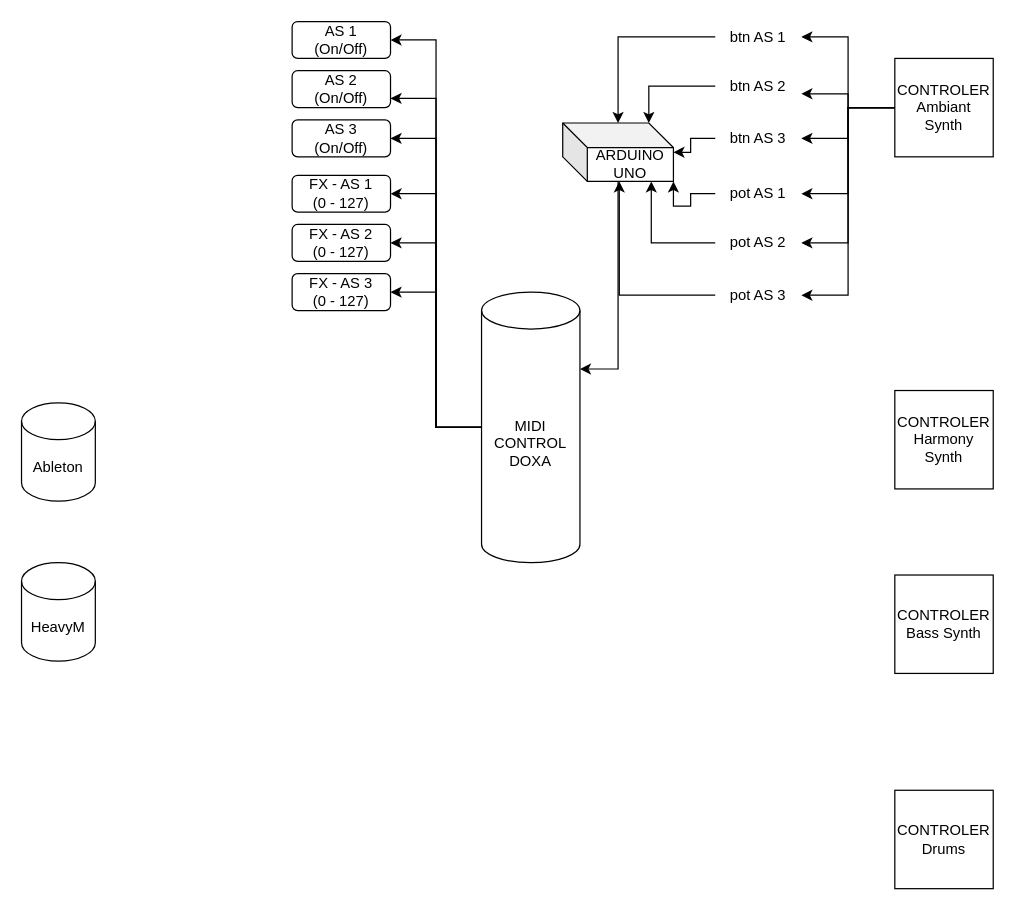
Earlier version of the draw.io diagram controlers_diagram.drawio (LeonardHehlen/HeavyM_project). Source tidied: cells renumbered, new cells numbered last; positions are measured from the earlier drawing's top-left corner, leaving out a move shared by most shapes. Both pictures are drawn from the tidied source at 123%, with x=0, y=0 at pixel (21, 21).
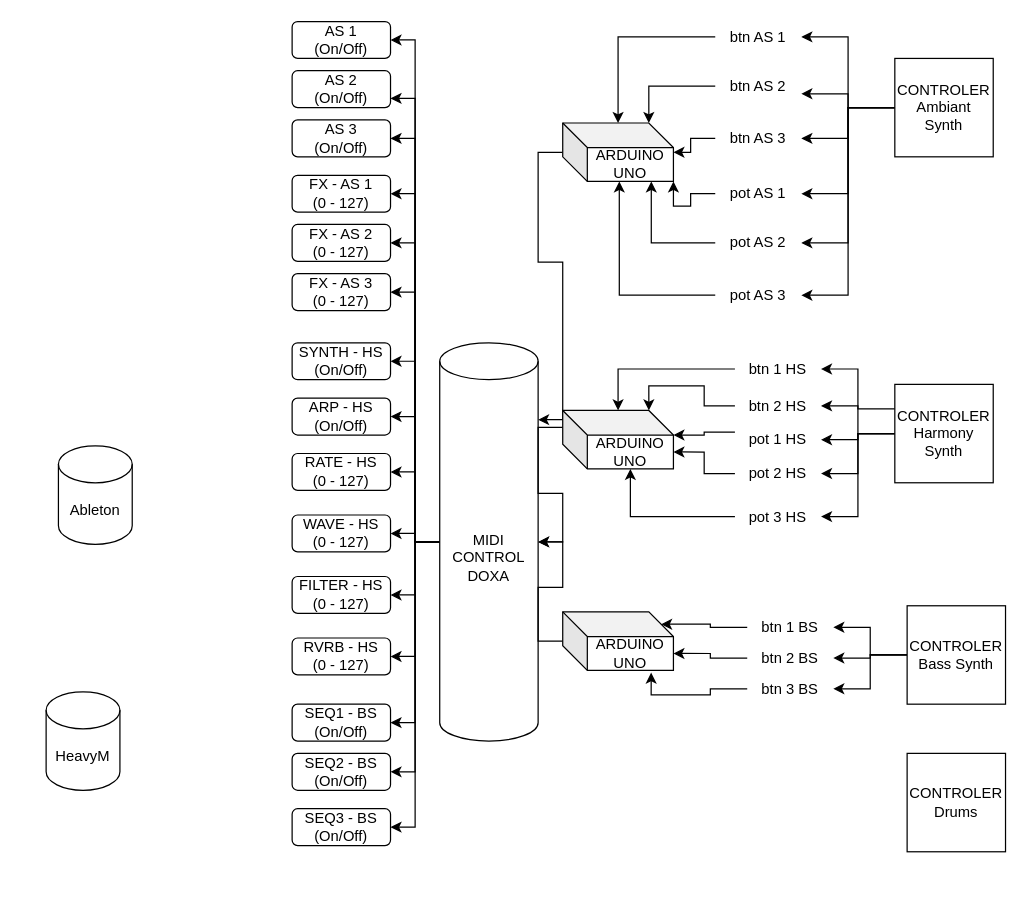
Above is the later version.

The edit, as a diff of the source:
```diff
@@
+    <mxCell id="41" style="edgeStyle=orthogonalEdgeStyle;rounded=0;jettySize=auto;html=1;entryX=1;entryY=0.5;entryDx=0;entryDy=0;" parent="1" edge="1" source="2" target="77">
+      <mxGeometry relative="1" as="geometry" />
+    </mxCell>
+    <mxCell id="42" style="edgeStyle=orthogonalEdgeStyle;rounded=0;jettySize=auto;html=1;entryX=1;entryY=0.5;entryDx=0;entryDy=0;" parent="1" edge="1" source="2" target="79">
+      <mxGeometry relative="1" as="geometry" />
+    </mxCell>
+    <mxCell id="43" style="edgeStyle=orthogonalEdgeStyle;rounded=0;jettySize=auto;html=1;entryX=1;entryY=0.5;entryDx=0;entryDy=0;" parent="1" edge="1" source="2" target="81">
+      <mxGeometry relative="1" as="geometry" />
+    </mxCell>
     <mxCell id="2" value="&lt;div&gt;CONTROLER&lt;/div&gt;&lt;div&gt;Bass Synth&lt;/div&gt;" style="whiteSpace=wrap;html=1;" parent="1" vertex="1">
-      <mxGeometry x="710" y="450" width="80" height="80" as="geometry" />
+      <mxGeometry x="720" y="475" width="80" height="80" as="geometry" />
     </mxCell>
+    <mxCell id="44" style="edgeStyle=orthogonalEdgeStyle;rounded=0;jettySize=auto;html=1;exitX=0;exitY=0.25;exitDx=0;exitDy=0;entryX=1;entryY=0.5;entryDx=0;entryDy=0;" parent="1" edge="1" source="3" target="59">
+      <mxGeometry relative="1" as="geometry" />
+    </mxCell>
+    <mxCell id="45" style="edgeStyle=orthogonalEdgeStyle;rounded=0;jettySize=auto;html=1;entryX=1;entryY=0.5;entryDx=0;entryDy=0;" parent="1" edge="1" source="3" target="61">
+      <mxGeometry relative="1" as="geometry" />
+    </mxCell>
+    <mxCell id="46" style="edgeStyle=orthogonalEdgeStyle;rounded=0;jettySize=auto;html=1;" parent="1" edge="1" source="3" target="63">
+      <mxGeometry relative="1" as="geometry" />
+    </mxCell>
+    <mxCell id="47" style="edgeStyle=orthogonalEdgeStyle;rounded=0;jettySize=auto;html=1;" parent="1" edge="1" source="3" target="65">
+      <mxGeometry relative="1" as="geometry" />
+    </mxCell>
+    <mxCell id="48" style="edgeStyle=orthogonalEdgeStyle;rounded=0;jettySize=auto;html=1;entryX=1;entryY=0.5;entryDx=0;entryDy=0;" parent="1" edge="1" source="3" target="67">
+      <mxGeometry relative="1" as="geometry" />
+    </mxCell>
     <mxCell id="3" value="&lt;div&gt;CONTROLER&lt;/div&gt;Harmony Synth" style="whiteSpace=wrap;html=1;" parent="1" vertex="1">
-      <mxGeometry x="710" y="300" width="80" height="80" as="geometry" />
+      <mxGeometry x="710" y="295" width="80" height="80" as="geometry" />
     </mxCell>
@@
     <mxCell id="11" value="&lt;div&gt;&lt;div&gt;CONTROLER&lt;/div&gt;Drums&lt;/div&gt;" style="whiteSpace=wrap;html=1;" parent="1" vertex="1">
-      <mxGeometry x="710" y="625" width="80" height="80" as="geometry" />
+      <mxGeometry x="720" y="595" width="80" height="80" as="geometry" />
     </mxCell>
     <mxCell id="12" value="Ableton" style="shape=cylinder3;whiteSpace=wrap;html=1;boundedLbl=1;backgroundOutline=1;size=15;" parent="1" vertex="1">
-      <mxGeometry y="310" width="60" height="80" as="geometry" />
+      <mxGeometry x="30" y="345" width="60" height="80" as="geometry" />
     </mxCell>
     <mxCell id="13" value="HeavyM" style="shape=cylinder3;whiteSpace=wrap;html=1;boundedLbl=1;backgroundOutline=1;size=15;" parent="1" vertex="1">
-      <mxGeometry y="440" width="60" height="80" as="geometry" />
+      <mxGeometry x="20" y="545" width="60" height="80" as="geometry" />
     </mxCell>
@@
+    <mxCell id="49" style="edgeStyle=orthogonalEdgeStyle;rounded=0;jettySize=auto;html=1;entryX=1;entryY=0.5;entryDx=0;entryDy=0;" parent="1" edge="1" source="40" target="72">
+      <mxGeometry relative="1" as="geometry" />
+    </mxCell>
+    <mxCell id="50" style="edgeStyle=orthogonalEdgeStyle;rounded=0;jettySize=auto;html=1;entryX=1;entryY=0.5;entryDx=0;entryDy=0;" parent="1" edge="1" source="40" target="71">
+      <mxGeometry relative="1" as="geometry" />
+    </mxCell>
+    <mxCell id="51" style="edgeStyle=orthogonalEdgeStyle;rounded=0;jettySize=auto;html=1;entryX=1;entryY=0.5;entryDx=0;entryDy=0;" parent="1" edge="1" source="40" target="70">
+      <mxGeometry relative="1" as="geometry" />
+    </mxCell>
+    <mxCell id="52" style="edgeStyle=orthogonalEdgeStyle;rounded=0;jettySize=auto;html=1;entryX=1;entryY=0.5;entryDx=0;entryDy=0;" parent="1" edge="1" source="40" target="73">
+      <mxGeometry relative="1" as="geometry" />
+    </mxCell>
+    <mxCell id="53" style="edgeStyle=orthogonalEdgeStyle;rounded=0;jettySize=auto;html=1;entryX=1;entryY=0.5;entryDx=0;entryDy=0;" parent="1" edge="1" source="40" target="74">
+      <mxGeometry relative="1" as="geometry" />
+    </mxCell>
+    <mxCell id="54" style="edgeStyle=orthogonalEdgeStyle;rounded=0;jettySize=auto;html=1;entryX=1;entryY=0.5;entryDx=0;entryDy=0;" parent="1" edge="1" source="40" target="75">
+      <mxGeometry relative="1" as="geometry" />
+    </mxCell>
+    <mxCell id="55" style="edgeStyle=orthogonalEdgeStyle;rounded=0;jettySize=auto;html=1;entryX=1;entryY=0.5;entryDx=0;entryDy=0;" parent="1" edge="1" source="40" target="84">
+      <mxGeometry relative="1" as="geometry" />
+    </mxCell>
+    <mxCell id="56" style="edgeStyle=orthogonalEdgeStyle;rounded=0;jettySize=auto;html=1;entryX=1;entryY=0.5;entryDx=0;entryDy=0;" parent="1" edge="1" source="40" target="85">
+      <mxGeometry relative="1" as="geometry" />
+    </mxCell>
+    <mxCell id="57" style="edgeStyle=orthogonalEdgeStyle;rounded=0;jettySize=auto;html=1;entryX=1;entryY=0.5;entryDx=0;entryDy=0;" parent="1" edge="1" source="40" target="86">
+      <mxGeometry relative="1" as="geometry" />
+    </mxCell>
     <mxCell id="40" value="MIDI CONTROL&lt;br&gt;DOXA" style="shape=cylinder3;whiteSpace=wrap;html=1;boundedLbl=1;backgroundOutline=1;size=15;" parent="1" vertex="1">
-      <mxGeometry x="374" y="220" width="80" height="220" as="geometry" />
+      <mxGeometry x="340" y="261.2" width="80" height="323.8" as="geometry" />
     </mxCell>
+    <mxCell id="58" style="edgeStyle=orthogonalEdgeStyle;rounded=0;jettySize=auto;html=1;exitX=0;exitY=0.5;exitDx=0;exitDy=0;" parent="1" edge="1" source="59" target="69">
+      <mxGeometry relative="1" as="geometry" />
+    </mxCell>
+    <mxCell id="59" value="btn 1 HS" style="text;html=1;strokeColor=none;fillColor=none;align=center;verticalAlign=middle;whiteSpace=wrap;rounded=0;" parent="1" vertex="1">
+      <mxGeometry x="580" y="270" width="70" height="25" as="geometry" />
+    </mxCell>
+    <mxCell id="60" style="edgeStyle=orthogonalEdgeStyle;rounded=0;jettySize=auto;html=1;exitX=0;exitY=0.5;exitDx=0;exitDy=0;entryX=0;entryY=0;entryDx=70;entryDy=0;entryPerimeter=0;" parent="1" edge="1" source="61" target="69">
+      <mxGeometry relative="1" as="geometry" />
+    </mxCell>
+    <mxCell id="61" value="btn 2 HS" style="text;html=1;strokeColor=none;fillColor=none;align=center;verticalAlign=middle;whiteSpace=wrap;rounded=0;" parent="1" vertex="1">
+      <mxGeometry x="580" y="300" width="70" height="25" as="geometry" />
+    </mxCell>
+    <mxCell id="62" style="edgeStyle=orthogonalEdgeStyle;rounded=0;jettySize=auto;html=1;exitX=0;exitY=0.25;exitDx=0;exitDy=0;entryX=0;entryY=0;entryDx=90;entryDy=20;entryPerimeter=0;" parent="1" edge="1" source="63" target="69">
+      <mxGeometry relative="1" as="geometry" />
+    </mxCell>
+    <mxCell id="63" value="pot 1 HS" style="text;html=1;strokeColor=none;fillColor=none;align=center;verticalAlign=middle;whiteSpace=wrap;rounded=0;" parent="1" vertex="1">
+      <mxGeometry x="580" y="327.5" width="70" height="25" as="geometry" />
+    </mxCell>
+    <mxCell id="64" style="edgeStyle=orthogonalEdgeStyle;rounded=0;jettySize=auto;html=1;exitX=0;exitY=0.5;exitDx=0;exitDy=0;entryX=0;entryY=0;entryDx=90;entryDy=33.75;entryPerimeter=0;" parent="1" edge="1" source="65" target="69">
+      <mxGeometry relative="1" as="geometry" />
+    </mxCell>
+    <mxCell id="65" value="pot 2 HS" style="text;html=1;strokeColor=none;fillColor=none;align=center;verticalAlign=middle;whiteSpace=wrap;rounded=0;" parent="1" vertex="1">
+      <mxGeometry x="580" y="355" width="70" height="25" as="geometry" />
+    </mxCell>
+    <mxCell id="66" style="edgeStyle=orthogonalEdgeStyle;rounded=0;jettySize=auto;html=1;exitX=0;exitY=0.5;exitDx=0;exitDy=0;entryX=0;entryY=0;entryDx=55;entryDy=47.5;entryPerimeter=0;" parent="1" edge="1" source="67" target="69">
+      <mxGeometry relative="1" as="geometry" />
+    </mxCell>
+    <mxCell id="67" value="pot 3 HS" style="text;html=1;strokeColor=none;fillColor=none;align=center;verticalAlign=middle;whiteSpace=wrap;rounded=0;" parent="1" vertex="1">
+      <mxGeometry x="580" y="390" width="70" height="25" as="geometry" />
+    </mxCell>
+    <mxCell id="68" style="edgeStyle=orthogonalEdgeStyle;rounded=0;jettySize=auto;html=1;exitX=0;exitY=0;exitDx=0;exitDy=13.75;exitPerimeter=0;" parent="1" edge="1" source="69" target="40">
+      <mxGeometry relative="1" as="geometry" />
+    </mxCell>
+    <mxCell id="69" value="ARDUINO UNO" style="shape=cube;whiteSpace=wrap;html=1;boundedLbl=1;backgroundOutline=1;darkOpacity=0.05;darkOpacity2=0.1;" parent="1" vertex="1">
+      <mxGeometry x="440" y="316.2" width="90" height="47.5" as="geometry" />
+    </mxCell>
+    <mxCell id="70" value="&lt;div&gt;RATE - HS&lt;br&gt;&lt;/div&gt;&lt;div&gt;(0 - 127)&lt;br&gt;&lt;/div&gt;" style="rounded=1;whiteSpace=wrap;html=1;" parent="1" vertex="1">
+      <mxGeometry x="220" y="351.2" width="80" height="30" as="geometry" />
+    </mxCell>
+    <mxCell id="71" value="&lt;div&gt;ARP - HS&lt;/div&gt;(On/Off)" style="rounded=1;whiteSpace=wrap;html=1;" parent="1" vertex="1">
+      <mxGeometry x="220" y="306.2" width="80" height="30" as="geometry" />
+    </mxCell>
+    <mxCell id="72" value="&lt;div&gt;SYNTH - HS&lt;/div&gt;(On/Off)" style="rounded=1;whiteSpace=wrap;html=1;" parent="1" vertex="1">
+      <mxGeometry x="220" y="261.2" width="80" height="30" as="geometry" />
+    </mxCell>
+    <mxCell id="73" value="&lt;div&gt;WAVE - HS&lt;/div&gt;&lt;div&gt;(0 - 127)&lt;br&gt;&lt;/div&gt;" style="rounded=1;whiteSpace=wrap;html=1;" parent="1" vertex="1">
+      <mxGeometry x="220" y="401.2" width="80" height="30" as="geometry" />
+    </mxCell>
+    <mxCell id="74" value="&lt;div&gt;FILTER - HS&lt;/div&gt;&lt;div&gt;(0 - 127)&lt;br&gt;&lt;/div&gt;" style="rounded=1;whiteSpace=wrap;html=1;" parent="1" vertex="1">
+      <mxGeometry x="220" y="451.2" width="80" height="30" as="geometry" />
+    </mxCell>
+    <mxCell id="75" value="&lt;div&gt;RVRB - HS&lt;/div&gt;&lt;div&gt;(0 - 127)&lt;br&gt;&lt;/div&gt;" style="rounded=1;whiteSpace=wrap;html=1;" parent="1" vertex="1">
+      <mxGeometry x="220" y="501.2" width="80" height="30" as="geometry" />
+    </mxCell>
+    <mxCell id="76" style="edgeStyle=orthogonalEdgeStyle;rounded=0;jettySize=auto;html=1;entryX=0;entryY=0;entryDx=80;entryDy=10;entryPerimeter=0;" parent="1" edge="1" source="77" target="83">
+      <mxGeometry relative="1" as="geometry" />
+    </mxCell>
+    <mxCell id="77" value="btn 1 BS" style="text;html=1;strokeColor=none;fillColor=none;align=center;verticalAlign=middle;whiteSpace=wrap;rounded=0;" parent="1" vertex="1">
+      <mxGeometry x="590" y="480" width="70" height="25" as="geometry" />
+    </mxCell>
+    <mxCell id="78" style="edgeStyle=orthogonalEdgeStyle;rounded=0;jettySize=auto;html=1;entryX=0;entryY=0;entryDx=90;entryDy=33.75;entryPerimeter=0;" parent="1" edge="1" source="79" target="83">
+      <mxGeometry relative="1" as="geometry" />
+    </mxCell>
+    <mxCell id="79" value="btn 2 BS" style="text;html=1;strokeColor=none;fillColor=none;align=center;verticalAlign=middle;whiteSpace=wrap;rounded=0;" parent="1" vertex="1">
+      <mxGeometry x="590" y="505" width="70" height="25" as="geometry" />
+    </mxCell>
+    <mxCell id="80" style="edgeStyle=orthogonalEdgeStyle;rounded=0;jettySize=auto;html=1;entryX=0.799;entryY=1.038;entryDx=0;entryDy=0;entryPerimeter=0;" parent="1" edge="1" source="81" target="83">
+      <mxGeometry relative="1" as="geometry" />
+    </mxCell>
+    <mxCell id="81" value="btn 3 BS" style="text;html=1;strokeColor=none;fillColor=none;align=center;verticalAlign=middle;whiteSpace=wrap;rounded=0;" parent="1" vertex="1">
+      <mxGeometry x="590" y="530" width="70" height="25" as="geometry" />
+    </mxCell>
+    <mxCell id="82" style="edgeStyle=orthogonalEdgeStyle;rounded=0;jettySize=auto;html=1;" parent="1" edge="1" source="83" target="40">
+      <mxGeometry relative="1" as="geometry" />
+    </mxCell>
+    <mxCell id="83" value="ARDUINO UNO" style="shape=cube;whiteSpace=wrap;html=1;boundedLbl=1;backgroundOutline=1;darkOpacity=0.05;darkOpacity2=0.1;" parent="1" vertex="1">
+      <mxGeometry x="440" y="480" width="90" height="47.5" as="geometry" />
+    </mxCell>
+    <mxCell id="84" value="&lt;div&gt;SEQ1 - BS&lt;/div&gt;(On/Off)" style="rounded=1;whiteSpace=wrap;html=1;" parent="1" vertex="1">
+      <mxGeometry x="220" y="555" width="80" height="30" as="geometry" />
+    </mxCell>
+    <mxCell id="85" value="&lt;div&gt;SEQ2 - BS&lt;/div&gt;(On/Off)" style="rounded=1;whiteSpace=wrap;html=1;" parent="1" vertex="1">
+      <mxGeometry x="220" y="595" width="80" height="30" as="geometry" />
+    </mxCell>
+    <mxCell id="86" value="&lt;div&gt;SEQ3 - BS&lt;/div&gt;(On/Off)" style="rounded=1;whiteSpace=wrap;html=1;" parent="1" vertex="1">
+      <mxGeometry x="220" y="640" width="80" height="30" as="geometry" />
+    </mxCell>
```
